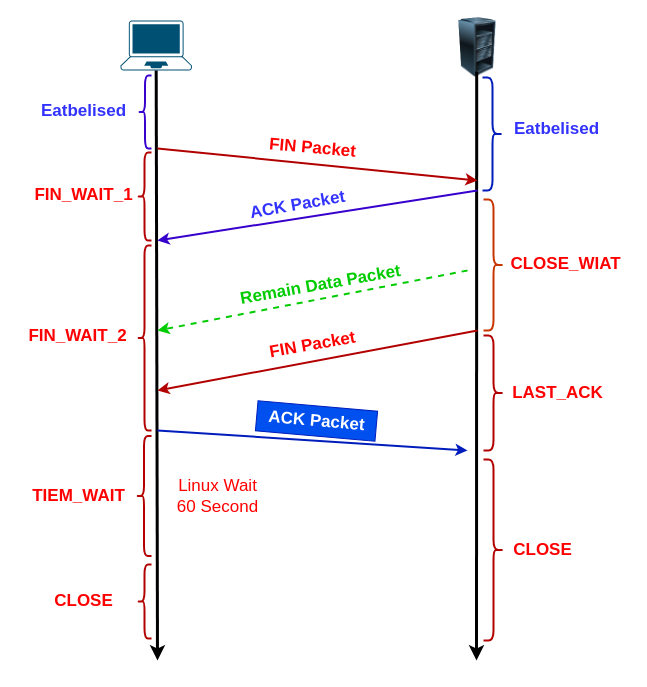
This is tcp-close-connect.drawio from auula/draw.io, a draw.io file, before an edit. Source tidied: cells renumbered, new cells numbered last; positions are measured from the earlier drawing's top-left corner, leaving out a move shared by most shapes. Both pictures are drawn from the tidied source at 100%, with x=0, y=0 at pixel (17, 17).
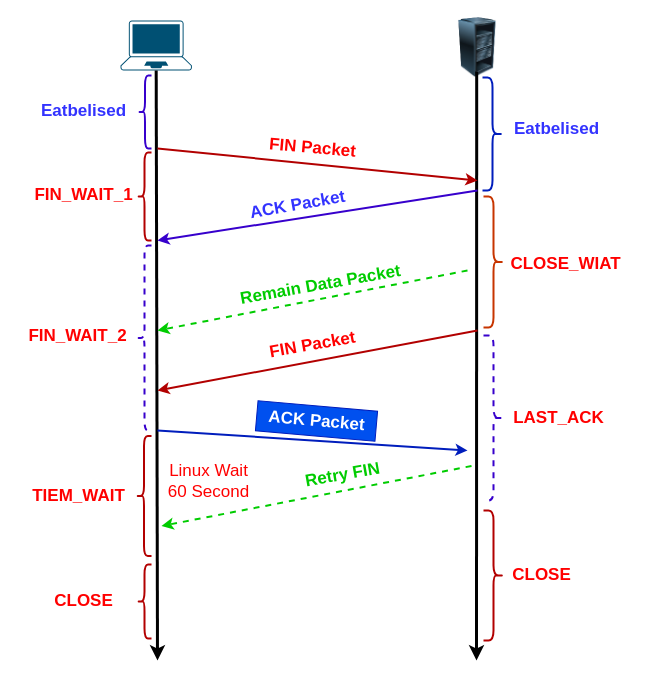
The same diagram, later.

Change to the diagram source:
```diff
@@
-    <mxCell id="16" style="shape=curlyBracket;whiteSpace=wrap;html=1;rounded=1;fontSize=17;fontColor=#ffffff;strokeWidth=2;fillColor=#e51400;strokeColor=#B20000;" parent="1" vertex="1">
+    <mxCell id="16" style="shape=curlyBracket;whiteSpace=wrap;html=1;rounded=1;fontSize=17;fontColor=#ffffff;strokeWidth=2;fillColor=#6a00ff;strokeColor=#3700CC;dashed=1;" parent="1" vertex="1">
       <mxGeometry x="120" y="228" width="14" height="185" as="geometry" />
     </mxCell>
@@
     <mxCell id="18" style="shape=curlyBracket;whiteSpace=wrap;html=1;rounded=1;flipH=1;fontSize=17;fontColor=#000000;strokeWidth=2;fillColor=#fa6800;strokeColor=#C73500;" parent="1" vertex="1">
-      <mxGeometry x="466" y="182" width="20" height="131" as="geometry" />
+      <mxGeometry x="466" y="179" width="20" height="131" as="geometry" />
     </mxCell>
@@
-    <mxCell id="24" style="shape=curlyBracket;whiteSpace=wrap;html=1;rounded=1;flipH=1;fontSize=17;fontColor=#ffffff;strokeWidth=2;fillColor=#e51400;strokeColor=#B20000;" parent="1" vertex="1">
-      <mxGeometry x="466" y="318" width="20" height="115" as="geometry" />
+    <mxCell id="24" style="shape=curlyBracket;whiteSpace=wrap;html=1;rounded=1;flipH=1;fontSize=17;fontColor=#ffffff;strokeWidth=2;fillColor=#6a00ff;strokeColor=#3700CC;dashed=1;" parent="1" vertex="1">
+      <mxGeometry x="466" y="318" width="20" height="165" as="geometry" />
     </mxCell>
     <mxCell id="25" value="&lt;b&gt;LAST_ACK&lt;/b&gt;" style="text;html=1;align=center;verticalAlign=middle;strokeColor=none;fillColor=none;fontSize=17;fontColor=#FF0000;" parent="1" vertex="1">
-      <mxGeometry x="485" y="360.5" width="110" height="30" as="geometry" />
+      <mxGeometry x="486" y="385.5" width="110" height="30" as="geometry" />
     </mxCell>
@@
     <mxCell id="30" style="shape=curlyBracket;whiteSpace=wrap;html=1;rounded=1;flipH=1;labelBackgroundColor=#FF0000;fontSize=17;fontColor=#ffffff;strokeWidth=2;fillColor=#e51400;strokeColor=#B20000;" parent="1" vertex="1">
-      <mxGeometry x="466" y="442" width="20" height="181" as="geometry" />
+      <mxGeometry x="466" y="493" width="20" height="130" as="geometry" />
     </mxCell>
     <mxCell id="31" value="&lt;b&gt;CLOSE&lt;/b&gt;" style="text;html=1;align=center;verticalAlign=middle;strokeColor=none;fillColor=none;fontSize=17;fontColor=#FF0000;" parent="1" vertex="1">
-      <mxGeometry x="485" y="517.5" width="80" height="30" as="geometry" />
+      <mxGeometry x="484" y="543" width="80" height="30" as="geometry" />
     </mxCell>
     <mxCell id="32" value="Linux Wait&lt;br&gt;60 Second" style="text;html=1;align=center;verticalAlign=middle;strokeColor=none;fillColor=none;fontSize=17;fontColor=#FF0000;" parent="1" vertex="1">
-      <mxGeometry x="150" y="453.5" width="100" height="50" as="geometry" />
+      <mxGeometry x="141" y="439" width="100" height="50" as="geometry" />
     </mxCell>
@@
+    <mxCell id="35" style="endArrow=classic;html=1;rounded=0;fontSize=17;fontColor=#FF0000;strokeWidth=2;fillColor=#60a917;strokeColor=#00CC00;dashed=1;" parent="1" edge="1">
+      <mxGeometry relative="1" as="geometry">
+        <mxPoint x="454" y="448.5" as="sourcePoint" />
+        <mxPoint x="144" y="508.5" as="targetPoint" />
+      </mxGeometry>
+    </mxCell>
+    <mxCell id="36" value="&lt;font color=&quot;#00cc00&quot;&gt;&lt;b&gt;Retry FIN&lt;/b&gt;&lt;/font&gt;" style="text;html=1;align=center;verticalAlign=middle;strokeColor=none;fillColor=none;fontSize=17;fontColor=#FF0000;rotation=-10;" parent="1" vertex="1">
+      <mxGeometry x="275" y="443" width="100" height="30" as="geometry" />
+    </mxCell>
```
